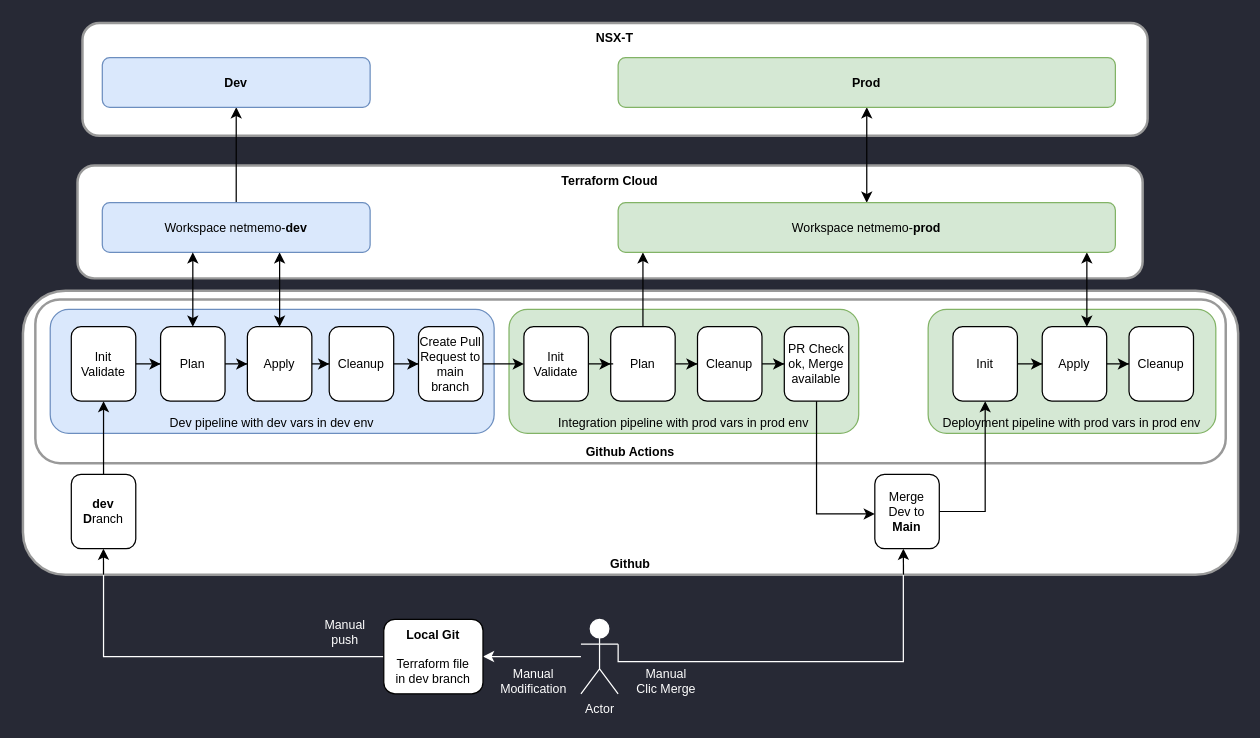
Above: page "Page-7" (7 of 7) of post/tf-gha-nsxt-cicd/TerraformNetworkCICD-V2.drawio in netmemo/netmemo.github.io (draw.io), before the change. Source tidied: cells renumbered, new cells numbered last; positions are measured from the earlier drawing's top-left corner, leaving out a move shared by most shapes. Both pictures are drawn from the tidied source at 124%, with x=0, y=0 at pixel (22, 22).
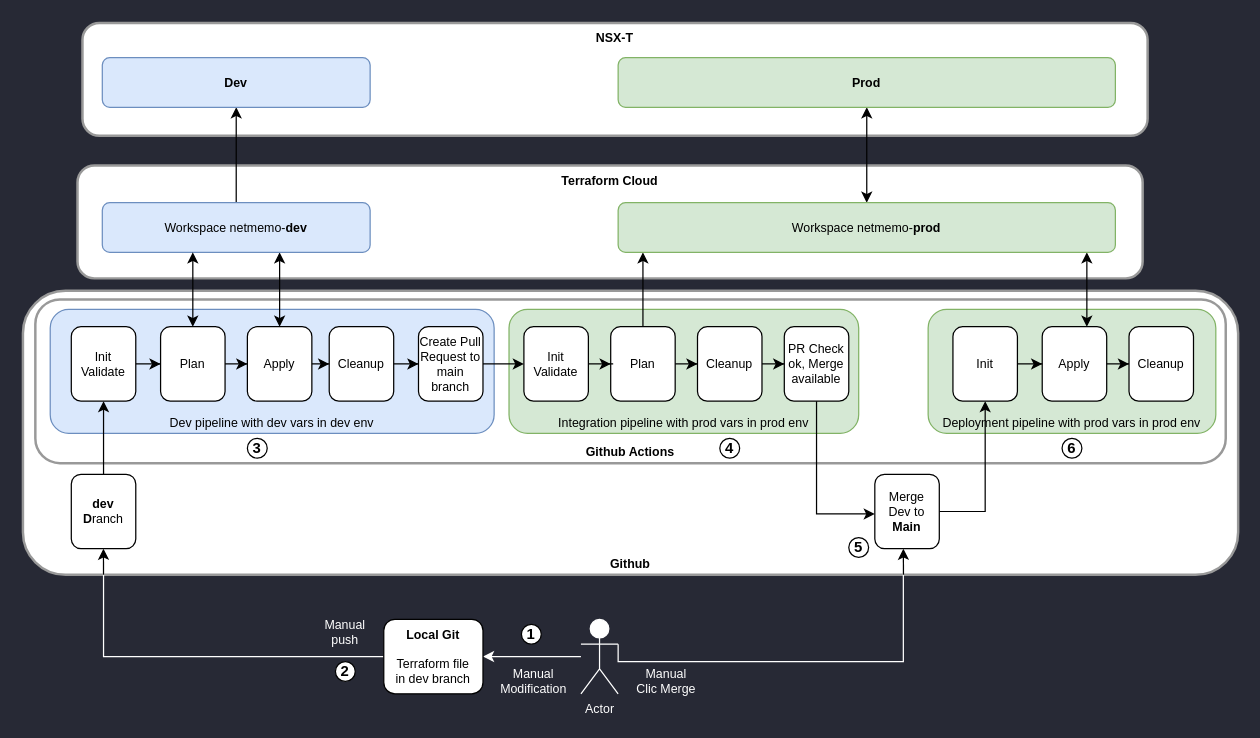
The same page after the edit.

Change to the diagram source:
```diff
@@
+    <mxCell id="56" value="&lt;b&gt;1&lt;/b&gt;" style="ellipse;whiteSpace=wrap;html=1;" parent="1" vertex="1">
+      <mxGeometry x="402" y="485" width="16" height="16" as="geometry" />
+    </mxCell>
+    <mxCell id="57" value="&lt;b&gt;2&lt;/b&gt;" style="ellipse;whiteSpace=wrap;html=1;" parent="1" vertex="1">
+      <mxGeometry x="252" y="515" width="16" height="16" as="geometry" />
+    </mxCell>
+    <mxCell id="58" value="&lt;b&gt;3&lt;/b&gt;" style="ellipse;whiteSpace=wrap;html=1;" parent="1" vertex="1">
+      <mxGeometry x="181" y="335" width="16" height="16" as="geometry" />
+    </mxCell>
+    <mxCell id="59" value="&lt;b&gt;4&lt;/b&gt;" style="ellipse;whiteSpace=wrap;html=1;" parent="1" vertex="1">
+      <mxGeometry x="562" y="335" width="16" height="16" as="geometry" />
+    </mxCell>
+    <mxCell id="60" value="&lt;b&gt;5&lt;/b&gt;" style="ellipse;whiteSpace=wrap;html=1;" parent="1" vertex="1">
+      <mxGeometry x="666" y="415" width="16" height="16" as="geometry" />
+    </mxCell>
+    <mxCell id="61" value="&lt;b&gt;6&lt;/b&gt;" style="ellipse;whiteSpace=wrap;html=1;" parent="1" vertex="1">
+      <mxGeometry x="838" y="335" width="16" height="16" as="geometry" />
+    </mxCell>
```
